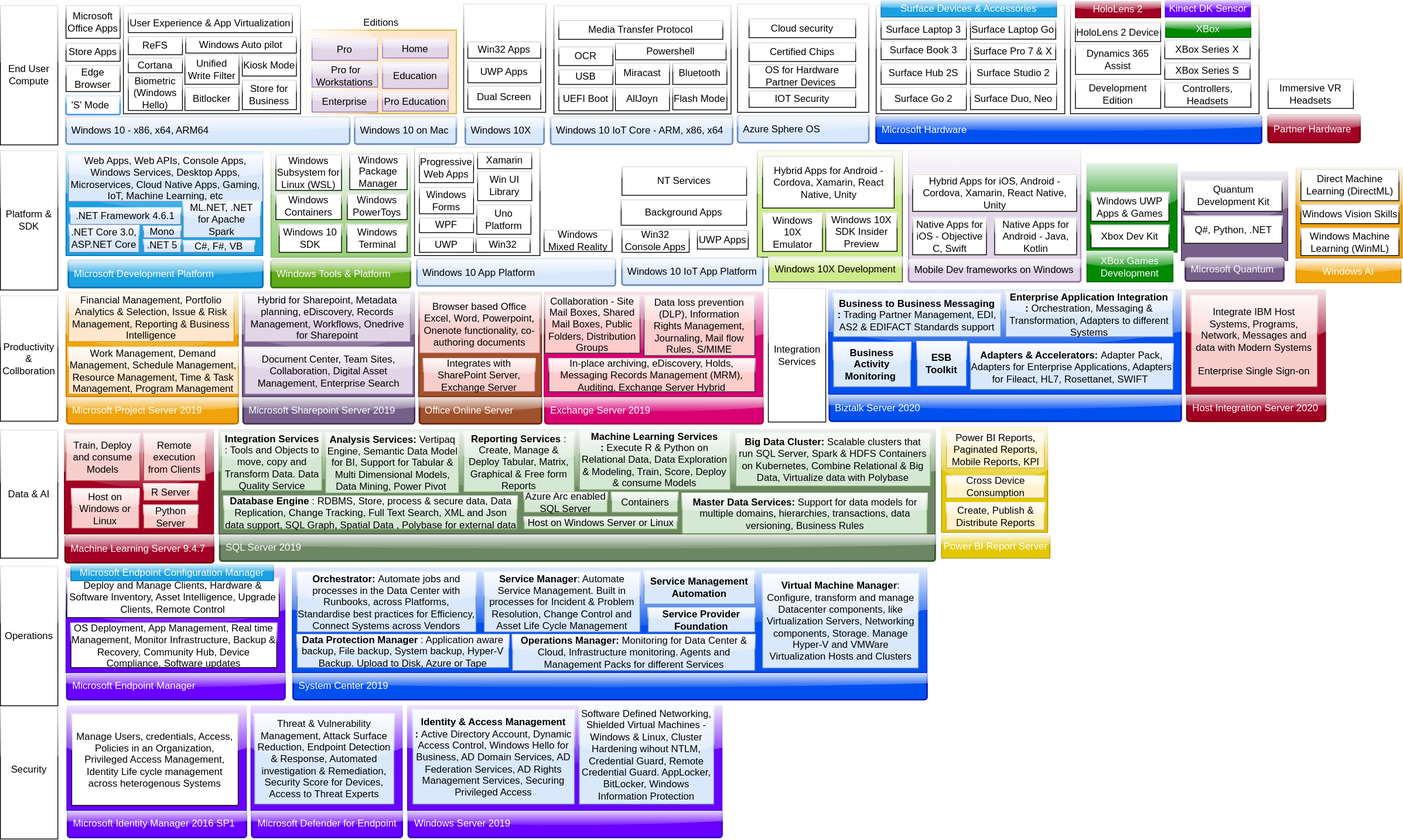
ssrikantan/Microsoft-Product-Offerings keeps this draw.io diagram as MicrosoftOfferings.svg. Above is the earlier version. Source tidied: cells renumbered, new cells last; positions are measured from the earlier drawing's top-left corner, leaving out a move shared by most shapes.
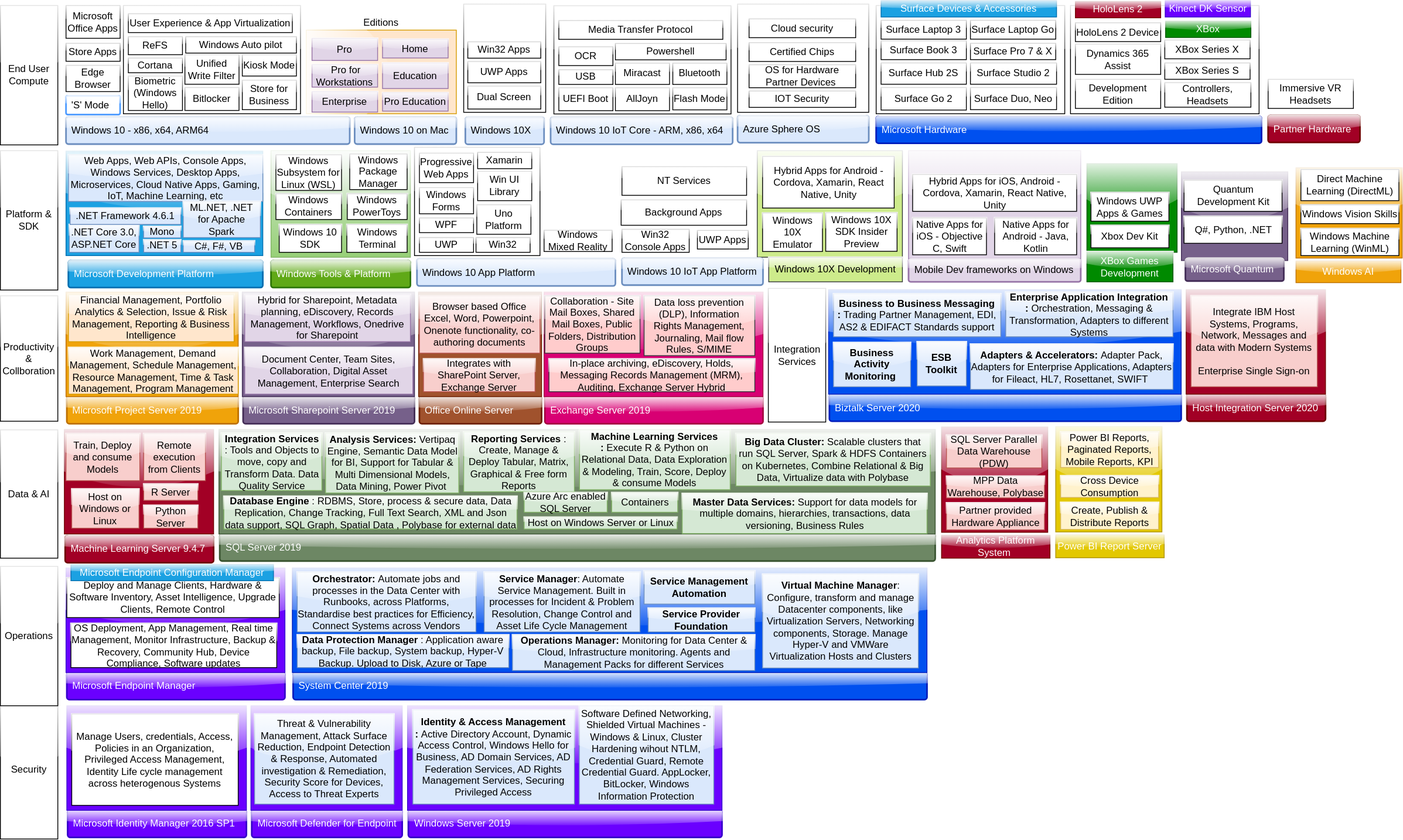
Later version of the same file.

The edit, as a diff of the source:
```diff
@@ -515,20 +515,20 @@
     <mxCell id="172" value="&lt;b&gt;Big Data Cluster: &lt;/b&gt;Scalable clusters that run SQL Server, Spark &amp;amp; HDFS Containers on Kubernetes, Combine Relational &amp;amp; Big Data, Virtualize data with Polybase" style="rounded=0;whiteSpace=wrap;html=1;glass=1;fillColor=#d5e8d4;strokeColor=#82b366;" parent="1" vertex="1">
       <mxGeometry x="897" y="528" width="237" height="64" as="geometry" />
     </mxCell>
-    <mxCell id="173" style="rounded=0;whiteSpace=wrap;html=1;glass=1;fillColor=#e3c800;strokeColor=#B09500;fontColor=#ffffff;" parent="1" vertex="1">
+    <mxCell id="173" style="rounded=0;whiteSpace=wrap;html=1;glass=1;fillColor=#a20025;strokeColor=#6F0000;fontColor=#ffffff;" parent="1" vertex="1">
       <mxGeometry x="1147.8" y="520" width="129.5" height="128.5" as="geometry" />
     </mxCell>
-    <mxCell id="174" value="Create, Publish &amp;amp; Distribute Reports" style="rounded=0;whiteSpace=wrap;html=1;glass=1;fillColor=#fff2cc;strokeColor=#d6b656;" parent="1" vertex="1">
+    <mxCell id="174" value="Partner provided Hardware Appliance" style="rounded=0;whiteSpace=wrap;html=1;glass=1;fillColor=#f8cecc;strokeColor=#b85450;" parent="1" vertex="1">
       <mxGeometry x="1153.8" y="612.5" width="119.5" height="33" as="geometry" />
     </mxCell>
-    <mxCell id="175" value="Cross Device Consumption" style="rounded=0;whiteSpace=wrap;html=1;glass=1;fillColor=#fff2cc;strokeColor=#d6b656;" parent="1" vertex="1">
+    <mxCell id="175" value="MPP Data Warehouse, Polybase" style="rounded=0;whiteSpace=wrap;html=1;glass=1;fillColor=#f8cecc;strokeColor=#b85450;" parent="1" vertex="1">
       <mxGeometry x="1153.8" y="580" width="119.5" height="26.5" as="geometry" />
     </mxCell>
-    <mxCell id="176" value="Power BI Report Server" style="rounded=0;whiteSpace=wrap;html=1;glass=1;fillColor=#e3c800;strokeColor=#B09500;fontColor=#ffffff;" parent="1" vertex="1">
+    <mxCell id="176" value="Analytics Platform System&amp;nbsp;" style="rounded=0;whiteSpace=wrap;html=1;glass=1;fillColor=#a20025;strokeColor=#6F0000;fontColor=#ffffff;" parent="1" vertex="1">
       <mxGeometry x="1147.8" y="652" width="132.2" height="28" as="geometry" />
     </mxCell>
-    <mxCell id="177" value="Power BI Reports, Paginated Reports, Mobile Reports, KPI" style="rounded=0;whiteSpace=wrap;html=1;glass=1;fillColor=#fff2cc;strokeColor=#d6b656;" parent="1" vertex="1">
-      <mxGeometry x="1153.8" y="526.5" width="119.5" height="43.5" as="geometry" />
+    <mxCell id="177" value="SQL Server Parallel Data Warehouse (PDW)" style="rounded=0;whiteSpace=wrap;html=1;glass=1;fillColor=#f8cecc;strokeColor=#b85450;" parent="1" vertex="1">
+      <mxGeometry x="1153.8" y="530" width="116.2" height="40" as="geometry" />
     </mxCell>
     <mxCell id="178" value="System Center 2019" style="rounded=1;arcSize=9;align=left;spacingLeft=5;strokeColor=#001DBC;html=1;strokeWidth=2;fontSize=12;glass=1;fillColor=#0050ef;fontColor=#ffffff;" parent="1" vertex="1">
       <mxGeometry x="357" y="819.5" width="773" height="33" as="geometry" />
@@ -620,5 +620,20 @@
     <mxCell id="207" value="Software Defined Networking, Shielded Virtual Machines - Windows &amp;amp; Linux, Cluster Hardening wihout NTLM, Credential Guard, Remote Credential Guard. AppLocker, BitLocker, Windows Information Protection" style="rounded=0;whiteSpace=wrap;html=1;glass=1;fillColor=#dae8fc;strokeColor=#6c8ebf;" parent="1" vertex="1">
       <mxGeometry x="706" y="860" width="164" height="120" as="geometry" />
     </mxCell>
+    <mxCell id="208" style="rounded=0;whiteSpace=wrap;html=1;glass=1;fillColor=#e3c800;strokeColor=#B09500;fontColor=#ffffff;" parent="1" vertex="1">
+      <mxGeometry x="1287" y="519.5" width="129.5" height="128.5" as="geometry" />
+    </mxCell>
+    <mxCell id="209" value="Create, Publish &amp;amp; Distribute Reports" style="rounded=0;whiteSpace=wrap;html=1;glass=1;fillColor=#fff2cc;strokeColor=#d6b656;" parent="1" vertex="1">
+      <mxGeometry x="1293" y="612" width="119.5" height="33" as="geometry" />
+    </mxCell>
+    <mxCell id="210" value="Cross Device Consumption" style="rounded=0;whiteSpace=wrap;html=1;glass=1;fillColor=#fff2cc;strokeColor=#d6b656;" parent="1" vertex="1">
+      <mxGeometry x="1293" y="579.5" width="119.5" height="26.5" as="geometry" />
+    </mxCell>
+    <mxCell id="211" value="Power BI Report Server" style="rounded=0;whiteSpace=wrap;html=1;glass=1;fillColor=#e3c800;strokeColor=#B09500;fontColor=#ffffff;" parent="1" vertex="1">
+      <mxGeometry x="1287" y="651.5" width="132.2" height="28" as="geometry" />
+    </mxCell>
+    <mxCell id="212" value="Power BI Reports, Paginated Reports, Mobile Reports, KPI" style="rounded=0;whiteSpace=wrap;html=1;glass=1;fillColor=#fff2cc;strokeColor=#d6b656;" parent="1" vertex="1">
+      <mxGeometry x="1293" y="526" width="119.5" height="43.5" as="geometry" />
+    </mxCell>
   </root>
 </mxGraphModel>
```
